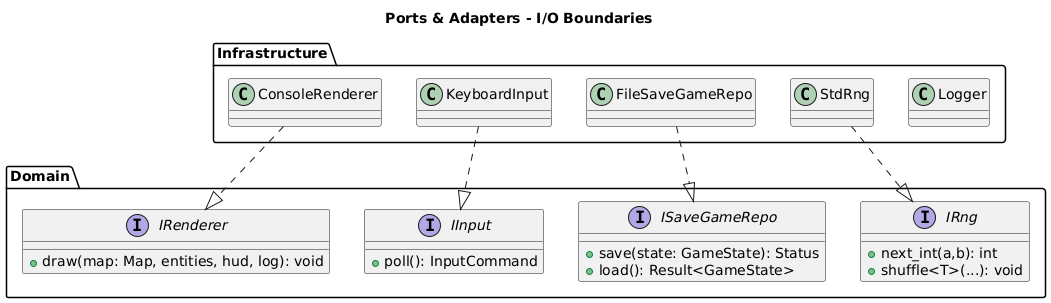
This is docs/diagrams/IO_ComponentD.png from Sage-Cat/labyrinth_game, a PlantUML export, as it was before one commit. Source of this version:
```plantuml
@startuml
title "Ports & Adapters - I/O Boundaries"

package Domain {
  interface IRenderer {
    +draw(map: Map, entities, hud, log): void
  }
  interface IInput {
    +poll(): InputCommand
  }
  interface ISaveGameRepo {
    +save(state: GameState): Status
    +load(): Result<GameState>
  }
  interface IRng {
    +next_int(a,b): int
    +shuffle<T>(...): void
  }
}

package Infrastructure {
  class ConsoleRenderer
  class KeyboardInput
  class FileSaveGameRepo
  class StdRng
  class Logger
}

ConsoleRenderer ..|> IRenderer
KeyboardInput ..|> IInput
FileSaveGameRepo ..|> ISaveGameRepo
StdRng ..|> IRng
@enduml
```
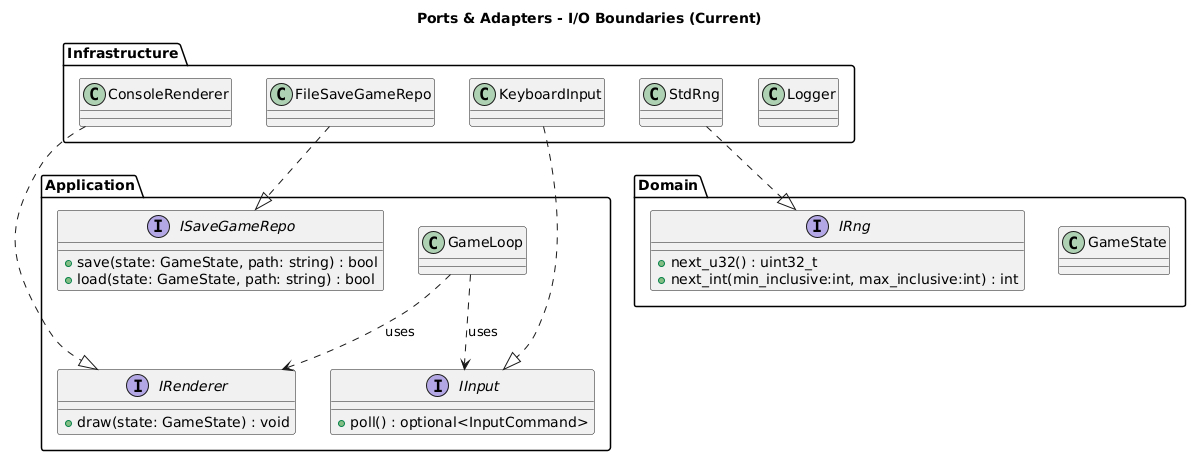
Later version of the same file.

Change to the diagram source:
```diff
@@ -1,21 +1,28 @@
 @startuml
-title "Ports & Adapters - I/O Boundaries"
+title "Ports & Adapters - I/O Boundaries (Current)"
 
 package Domain {
+  interface IRng {
+    +next_u32() : uint32_t
+    +next_int(min_inclusive:int, max_inclusive:int) : int
+  }
+
+  class GameState
+}
+
+package Application {
   interface IRenderer {
-    +draw(map: Map, entities, hud, log): void
+    +draw(state: GameState) : void
   }
   interface IInput {
-    +poll(): InputCommand
+    +poll() : optional<InputCommand>
   }
   interface ISaveGameRepo {
-    +save(state: GameState): Status
-    +load(): Result<GameState>
+    +save(state: GameState, path: string) : bool
+    +load(state: GameState, path: string) : bool
   }
-  interface IRng {
-    +next_int(a,b): int
-    +shuffle<T>(...): void
-  }
+
+  class GameLoop
 }
 
 package Infrastructure {
@@ -30,4 +37,7 @@
 KeyboardInput ..|> IInput
 FileSaveGameRepo ..|> ISaveGameRepo
 StdRng ..|> IRng
+
+GameLoop ..> IInput : uses
+GameLoop ..> IRenderer : uses
 @enduml
```
